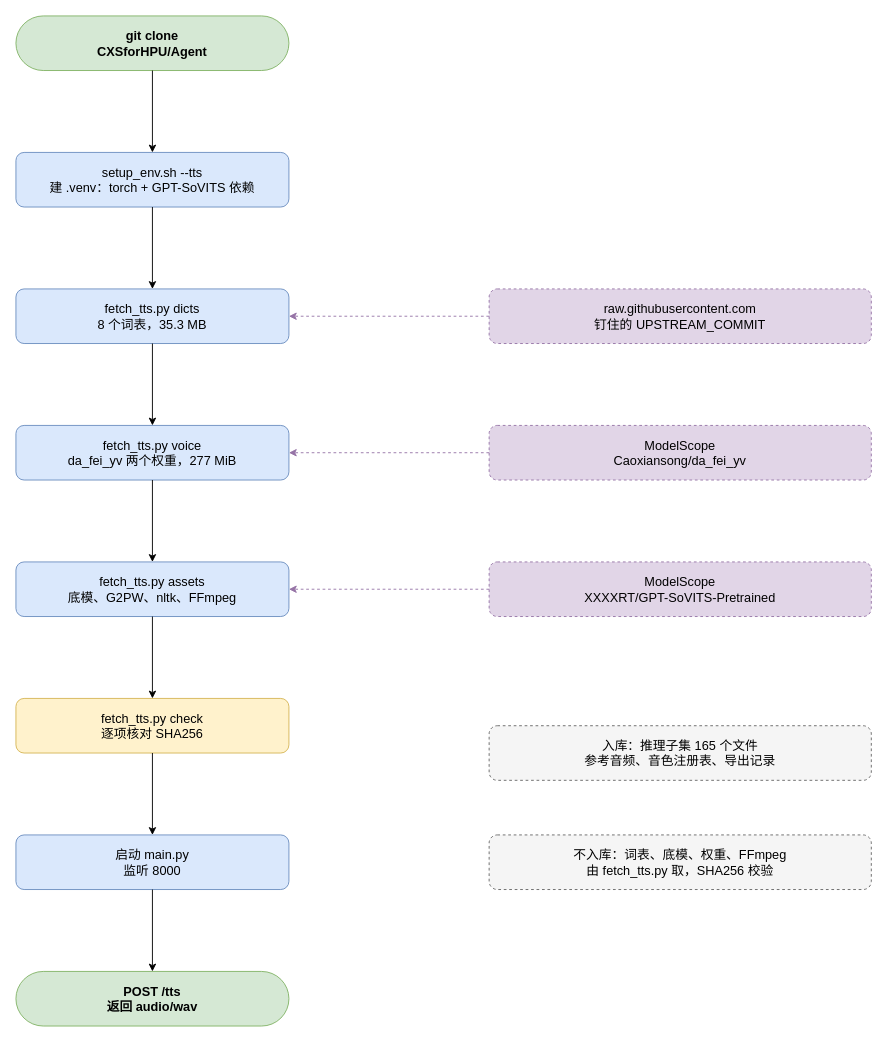
Before: diagrams/tts-deploy-flow.drawio in CXSforHPU/Agent, a draw.io diagram. Source tidied: cells renumbered, new cells numbered last; positions are measured from the earlier drawing's top-left corner, leaving out a move shared by most shapes. Both pictures are drawn from the tidied source at 91%, with x=0, y=0 at pixel (15, 15).
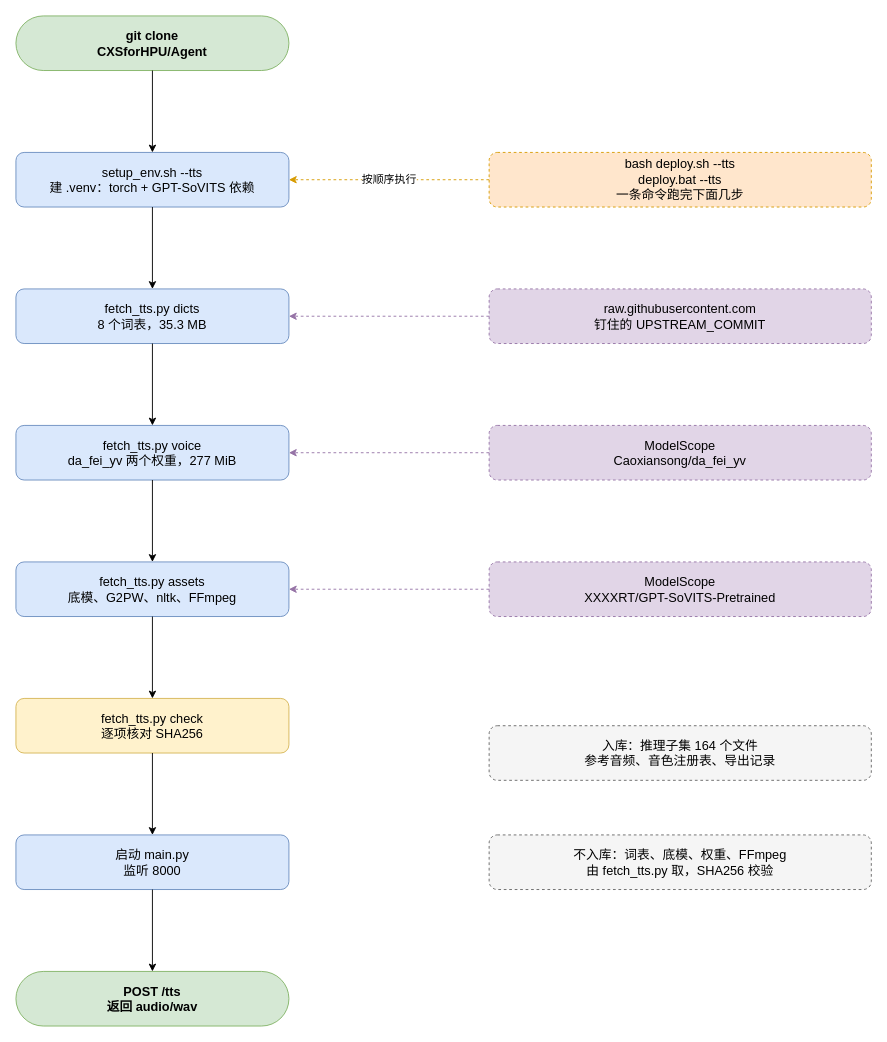
Above is the later version.

Commit message (it also covers changes not shown here):
[file_server] 增加 bash 与批处理部署启动脚本

The change refers to these unchanged cells:
```xml
<mxCell id="3" value="setup_env.sh --tts&#10;建 .venv：torch + GPT-SoVITS 依赖" style="rounded=1;whiteSpace=wrap;html=1;fillColor=#dae8fc;strokeColor=#6c8ebf;fontSize=14;" parent="1" vertex="1">
  <mxGeometry y="150" width="300" height="60" as="geometry" />
</mxCell>
```

What changed in the source:
```diff
@@
+    <mxCell id="25" value="bash deploy.sh --tts&#10;deploy.bat --tts&#10;一条命令跑完下面几步" style="rounded=1;whiteSpace=wrap;html=1;fillColor=#ffe6cc;strokeColor=#d79b00;fontSize=14;dashed=1;" parent="1" vertex="1">
+      <mxGeometry x="520" y="150" width="420" height="60" as="geometry" />
+    </mxCell>
@@
-    <mxCell id="13" value="入库：推理子集 165 个文件&#10;参考音频、音色注册表、导出记录" style="rounded=1;whiteSpace=wrap;html=1;fillColor=#f5f5f5;strokeColor=#666666;fontSize=14;dashed=1;" parent="1" vertex="1">
+    <mxCell id="13" value="入库：推理子集 164 个文件&#10;参考音频、音色注册表、导出记录" style="rounded=1;whiteSpace=wrap;html=1;fillColor=#f5f5f5;strokeColor=#666666;fontSize=14;dashed=1;" parent="1" vertex="1">
       <mxGeometry x="520" y="780" width="420" height="60" as="geometry" />
     </mxCell>
@@
+    <mxCell id="26" value="按顺序执行" style="edgeStyle=orthogonalEdgeStyle;rounded=1;jettySize=auto;html=1;dashed=1;exitX=0;exitY=0.5;exitDx=0;exitDy=0;entryX=1;entryY=0.5;entryDx=0;entryDy=0;strokeColor=#d79b00;fontSize=12;" parent="1" edge="1" source="25" target="3">
+      <mxGeometry relative="1" as="geometry" />
+    </mxCell>
```
